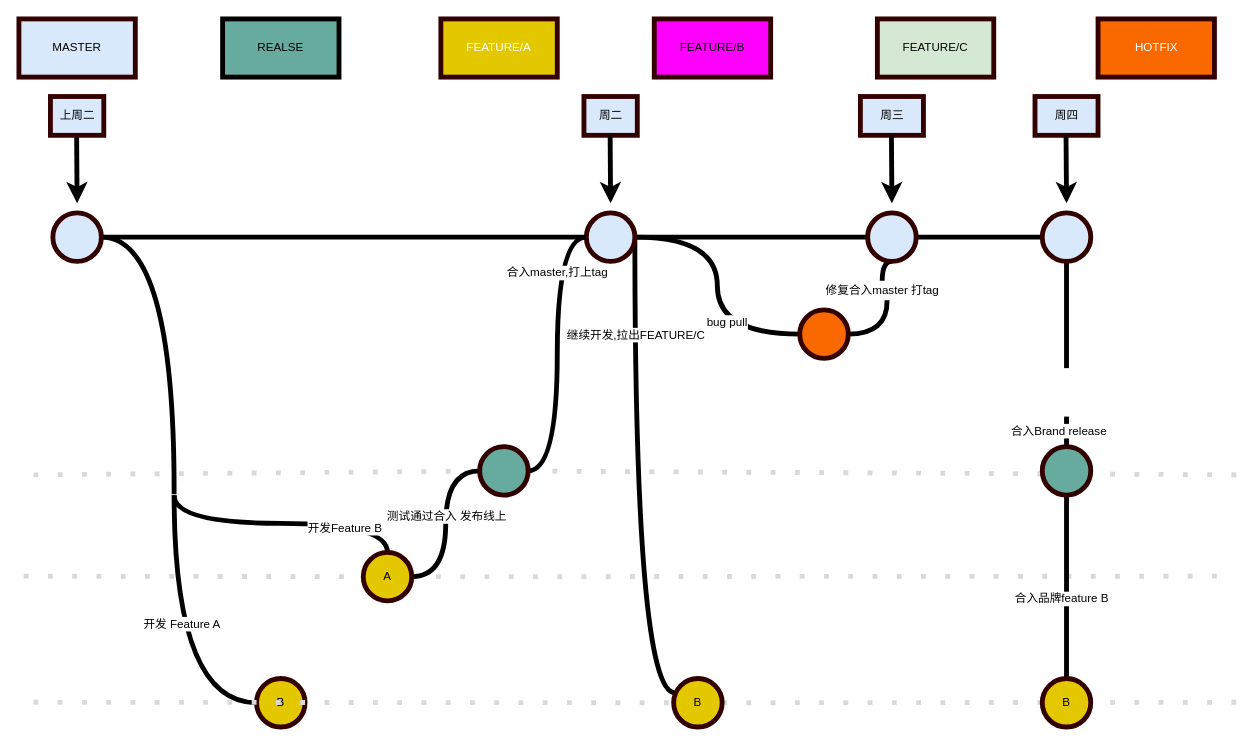
The draw.io diagram universal-engine/ad-git-flow.drawio in karlchan-cn/drawio-repository, before the edit. Source tidied: cells renumbered, new cells numbered last; positions are measured from the earlier drawing's top-left corner, leaving out a move shared by most shapes. Both pictures are drawn from the tidied source at 97%, with x=0, y=0 at pixel (18, 18).
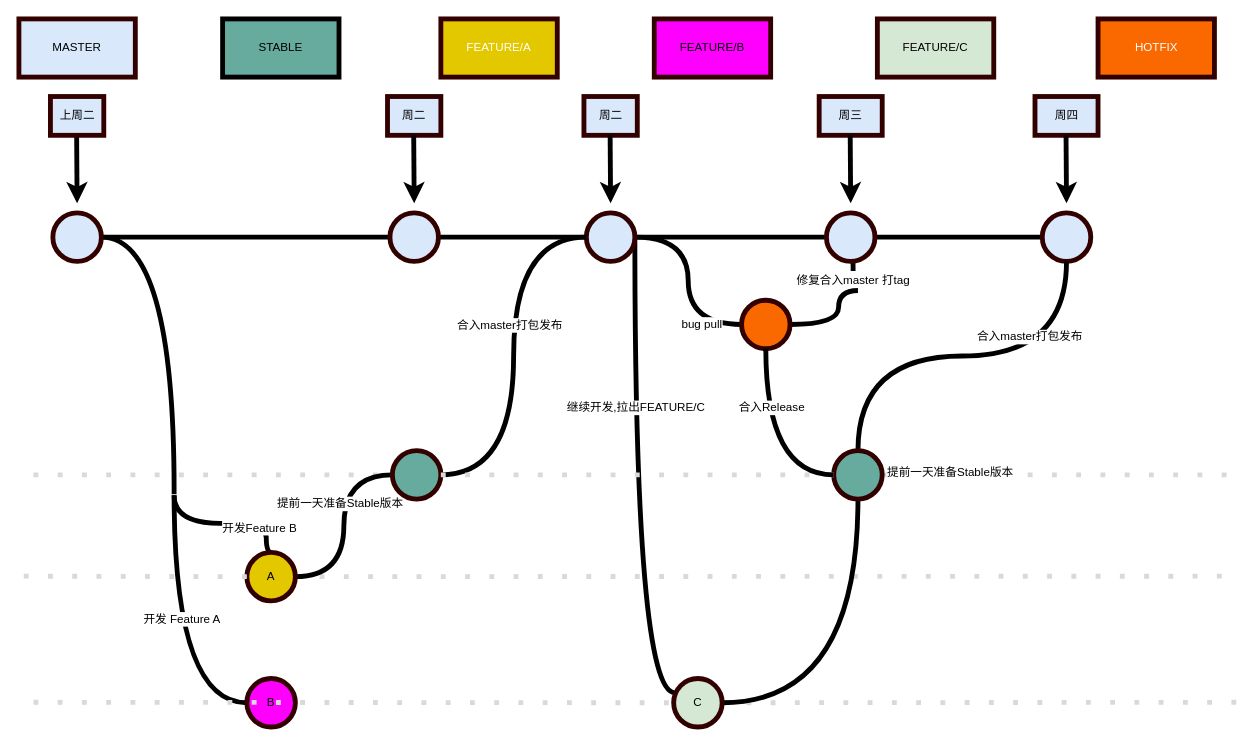
Above is the later version.

Unchanged cells that the change refers to:
```xml
<mxCell id="16" style="edgeStyle=orthogonalEdgeStyle;curved=1;rounded=0;jettySize=auto;html=1;entryX=0.02;entryY=0.29;entryDx=0;entryDy=0;entryPerimeter=0;endArrow=none;endFill=0;strokeWidth=5;" parent="1" edge="1" source="18" target="50">
  <mxGeometry relative="1" as="geometry">
    <Array as="points">
      <mxPoint x="635" y="695" />
    </Array>
  </mxGeometry>
</mxCell>
<mxCell id="27" style="edgeStyle=orthogonalEdgeStyle;curved=1;rounded=0;jettySize=auto;html=1;entryX=0;entryY=0.5;entryDx=0;entryDy=0;endArrow=none;endFill=0;strokeWidth=5;" parent="1" edge="1" source="45" target="44">
  <mxGeometry relative="1" as="geometry" />
</mxCell>
<mxCell id="32" style="ellipse;whiteSpace=wrap;html=1;strokeColor=#330000;fillColor=#DAE8FC;strokeWidth=5;" parent="1" vertex="1">
  <mxGeometry x="1055" y="200" width="50" height="50" as="geometry" />
</mxCell>
<mxCell id="42" style="edgeStyle=orthogonalEdgeStyle;curved=1;rounded=0;jettySize=auto;html=1;entryX=0;entryY=0.5;entryDx=0;entryDy=0;endArrow=none;endFill=0;strokeWidth=5;" parent="1" edge="1" source="44" target="18">
  <mxGeometry relative="1" as="geometry" />
</mxCell>
```

What changed in the source:
```diff
@@
-    <mxCell id="5" style="endArrow=none;dashed=1;html=1;strokeWidth=5;dashPattern=1 4;strokeColor=#D9D9D9;" parent="1" edge="1" source="44">
+    <mxCell id="5" style="endArrow=none;dashed=1;html=1;strokeWidth=5;dashPattern=1 4;strokeColor=#D9D9D9;startArrow=none;" parent="1" edge="1" source="40">
       <mxGeometry relative="1" as="geometry">
         <mxPoint x="1255" y="470" as="targetPoint" />
       </mxGeometry>
     </mxCell>
@@
-    <mxCell id="7" value="REALSE" style="rounded=0;whiteSpace=wrap;html=1;strokeWidth=5;fillColor=#67AB9F;" parent="1" vertex="1">
+    <mxCell id="7" value="STABLE" style="rounded=0;whiteSpace=wrap;html=1;strokeWidth=5;fillColor=#67AB9F;" parent="1" vertex="1">
       <mxGeometry x="210" width="120" height="60" as="geometry" />
     </mxCell>
@@
     <mxCell id="17" value="继续开发,拉出FEATURE/C" style="text;html=1;align=center;verticalAlign=middle;labelBackgroundColor=#ffffff;" parent="16" vertex="1">
       <mxGeometry x="-0.81" relative="1" as="geometry">
-        <mxPoint y="52" as="offset" />
+        <mxPoint y="127" as="offset" />
       </mxGeometry>
     </mxCell>
@@
     <mxCell id="20" style="edgeStyle=orthogonalEdgeStyle;rounded=0;jettySize=auto;html=1;entryX=0.5;entryY=0;entryDx=0;entryDy=0;curved=1;endArrow=none;endFill=0;strokeWidth=5;" parent="1" edge="1" target="45">
       <mxGeometry relative="1" as="geometry">
         <mxPoint x="160" y="491" as="sourcePoint" />
         <Array as="points">
           <mxPoint x="160" y="520" />
-          <mxPoint x="380" y="520" />
+          <mxPoint x="255" y="520" />
+          <mxPoint x="255" y="550" />
         </Array>
       </mxGeometry>
     </mxCell>
@@
-    <mxCell id="28" value="测试通过合入 发布线上" style="text;html=1;align=center;verticalAlign=middle;labelBackgroundColor=#ffffff;" parent="27" vertex="1">
-      <mxGeometry x="0.09" relative="1" as="geometry" />
+    <mxCell id="28" value="提前一天准备Stable版本" style="text;html=1;align=center;verticalAlign=middle;labelBackgroundColor=#ffffff;" parent="27" vertex="1">
+      <mxGeometry x="0.09" relative="1" as="geometry">
+        <mxPoint x="-5" y="-14" as="offset" />
+      </mxGeometry>
     </mxCell>
@@
-    <mxCell id="30" value="B" style="ellipse;whiteSpace=wrap;html=1;strokeColor=#330000;fillColor=#E3C800;strokeWidth=5;" parent="1" vertex="1">
-      <mxGeometry x="245" y="680" width="50" height="50" as="geometry" />
+    <mxCell id="30" value="B" style="ellipse;whiteSpace=wrap;html=1;strokeColor=#330000;strokeWidth=5;fillColor=#FF00FF;" parent="1" vertex="1">
+      <mxGeometry x="235" y="680" width="50" height="50" as="geometry" />
     </mxCell>
-    <mxCell id="31" style="edgeStyle=orthogonalEdgeStyle;rounded=0;jettySize=auto;html=1;exitX=0.5;exitY=1;exitDx=0;exitDy=0;endArrow=none;endFill=0;strokeWidth=5;" parent="1" edge="1" source="32">
-      <mxGeometry relative="1" as="geometry">
-        <mxPoint x="1080" y="360" as="targetPoint" />
-      </mxGeometry>
-    </mxCell>
@@
     <mxCell id="36" value="修复合入master 打tag" style="text;html=1;align=center;verticalAlign=middle;points=[];" parent="1" vertex="1">
-      <mxGeometry x="825" y="270" width="130" height="20" as="geometry" />
+      <mxGeometry x="795" y="260" width="130" height="20" as="geometry" />
     </mxCell>
     <mxCell id="37" style="edgeStyle=orthogonalEdgeStyle;curved=1;rounded=0;jettySize=auto;html=1;endArrow=none;endFill=0;strokeWidth=5;" parent="1" edge="1" source="49">
       <mxGeometry relative="1" as="geometry">
-        <mxPoint x="895" y="290" as="targetPoint" />
+        <mxPoint x="865" y="280" as="targetPoint" />
+        <Array as="points">
+          <mxPoint x="845" y="315" />
+          <mxPoint x="845" y="280" />
+        </Array>
       </mxGeometry>
     </mxCell>
-    <mxCell id="38" style="edgeStyle=orthogonalEdgeStyle;rounded=0;jettySize=auto;html=1;exitX=0.5;exitY=1;exitDx=0;exitDy=0;entryX=0.5;entryY=0;entryDx=0;entryDy=0;endArrow=none;endFill=0;strokeWidth=5;" parent="1" edge="1" target="40">
-      <mxGeometry relative="1" as="geometry">
-        <mxPoint x="1080" y="410" as="sourcePoint" />
-      </mxGeometry>
+    <mxCell id="38" style="edgeStyle=orthogonalEdgeStyle;rounded=0;jettySize=auto;html=1;exitX=0.5;exitY=1;exitDx=0;exitDy=0;entryX=0.5;entryY=0;entryDx=0;entryDy=0;endArrow=none;endFill=0;strokeWidth=5;curved=1;" parent="1" edge="1" source="32" target="40">
+      <mxGeometry relative="1" as="geometry" />
     </mxCell>
-    <mxCell id="39" style="edgeStyle=orthogonalEdgeStyle;rounded=0;jettySize=auto;html=1;endArrow=none;endFill=0;strokeWidth=5;" parent="1" edge="1" source="40" target="41">
+    <mxCell id="39" style="edgeStyle=orthogonalEdgeStyle;rounded=0;jettySize=auto;html=1;endArrow=none;endFill=0;strokeWidth=5;exitX=0.5;exitY=1;exitDx=0;exitDy=0;entryX=1;entryY=0.5;entryDx=0;entryDy=0;curved=1;" parent="1" edge="1" source="40" target="50">
       <mxGeometry relative="1" as="geometry" />
     </mxCell>
-    <mxCell id="40" style="ellipse;whiteSpace=wrap;html=1;strokeColor=#330000;fillColor=#67AB9F;strokeWidth=5;" parent="1" vertex="1">
-      <mxGeometry x="1055" y="441" width="50" height="50" as="geometry" />
-    </mxCell>
-    <mxCell id="41" value="B" style="ellipse;whiteSpace=wrap;html=1;strokeColor=#330000;fillColor=#E3C800;strokeWidth=5;" parent="1" vertex="1">
-      <mxGeometry x="1055" y="680" width="50" height="50" as="geometry" />
-    </mxCell>
@@
-    <mxCell id="43" value="合入master,打上tag" style="text;html=1;align=center;verticalAlign=middle;labelBackgroundColor=#ffffff;" parent="42" vertex="1">
+    <mxCell id="43" value="合入master打包发布" style="text;html=1;align=center;verticalAlign=middle;labelBackgroundColor=#ffffff;" parent="42" vertex="1">
       <mxGeometry x="-0.08" y="1" relative="1" as="geometry">
-        <mxPoint y="-97" as="offset" />
+        <mxPoint x="-4" y="-48" as="offset" />
       </mxGeometry>
     </mxCell>
     <mxCell id="44" style="ellipse;whiteSpace=wrap;html=1;strokeColor=#330000;fillColor=#67AB9F;strokeWidth=5;" parent="1" vertex="1">
-      <mxGeometry x="475" y="441" width="50" height="50" as="geometry" />
+      <mxGeometry x="385" y="445" width="50" height="50" as="geometry" />
     </mxCell>
     <mxCell id="45" value="A" style="ellipse;whiteSpace=wrap;html=1;strokeColor=#330000;fillColor=#E3C800;strokeWidth=5;" parent="1" vertex="1">
-      <mxGeometry x="355" y="550" width="50" height="50" as="geometry" />
+      <mxGeometry x="235" y="550" width="50" height="50" as="geometry" />
     </mxCell>
@@
-    <mxCell id="47" value="合入Brand release" style="text;html=1;align=center;verticalAlign=middle;labelBackgroundColor=#ffffff;" parent="1" vertex="1">
-      <mxGeometry x="1080" y="430" as="geometry">
-        <mxPoint x="-9" y="-6" as="offset" />
-      </mxGeometry>
-    </mxCell>
-    <mxCell id="48" value="合入品牌feature B" style="text;html=1;align=center;verticalAlign=middle;labelBackgroundColor=#ffffff;" parent="1" vertex="1">
-      <mxGeometry x="1080" y="600" as="geometry">
+    <mxCell id="48" value="提前一天准备Stable版本" style="text;html=1;align=center;verticalAlign=middle;labelBackgroundColor=#ffffff;" parent="1" vertex="1">
+      <mxGeometry x="965" y="470" as="geometry">
         <mxPoint x="-6" y="-3" as="offset" />
       </mxGeometry>
     </mxCell>
     <mxCell id="49" style="ellipse;whiteSpace=wrap;html=1;strokeColor=#330000;fillColor=#FA6800;strokeWidth=5;" parent="1" vertex="1">
-      <mxGeometry x="805" y="300" width="50" height="50" as="geometry" />
+      <mxGeometry x="745" y="290" width="50" height="50" as="geometry" />
     </mxCell>
-    <mxCell id="50" value="B" style="ellipse;whiteSpace=wrap;html=1;strokeColor=#330000;fillColor=#E3C800;strokeWidth=5;" parent="1" vertex="1">
+    <mxCell id="50" value="C" style="ellipse;whiteSpace=wrap;html=1;strokeColor=#330000;strokeWidth=5;fillColor=#D5E8D4;" parent="1" vertex="1">
       <mxGeometry x="675" y="680" width="50" height="50" as="geometry" />
     </mxCell>
@@
     <mxCell id="53" style="ellipse;whiteSpace=wrap;html=1;strokeColor=#330000;fillColor=#DAE8FC;strokeWidth=5;" parent="1" vertex="1">
-      <mxGeometry x="875" y="200" width="50" height="50" as="geometry" />
+      <mxGeometry x="832.5" y="200" width="50" height="50" as="geometry" />
     </mxCell>
     <mxCell id="54" value="周三" style="rounded=0;whiteSpace=wrap;html=1;strokeWidth=5;fillColor=#dae8fc;strokeColor=#330000;" parent="1" vertex="1">
-      <mxGeometry x="867.5" y="80" width="65" height="40" as="geometry" />
+      <mxGeometry x="825" y="80" width="65" height="40" as="geometry" />
     </mxCell>
     <mxCell id="55" style="endArrow=classic;html=1;strokeWidth=5;" parent="1" edge="1">
       <mxGeometry relative="1" as="geometry">
-        <mxPoint x="899.5" y="120" as="sourcePoint" />
-        <mxPoint x="900" y="190" as="targetPoint" />
+        <mxPoint x="857" y="120" as="sourcePoint" />
+        <mxPoint x="857.5" y="190" as="targetPoint" />
       </mxGeometry>
     </mxCell>
+    <mxCell id="56" value="合入master打包发布" style="text;html=1;align=center;verticalAlign=middle;labelBackgroundColor=#ffffff;" parent="1" vertex="1">
+      <mxGeometry x="1047.5" y="330" as="geometry">
+        <mxPoint x="-6" y="-3" as="offset" />
+      </mxGeometry>
+    </mxCell>
+    <mxCell id="40" style="ellipse;whiteSpace=wrap;html=1;strokeColor=#330000;fillColor=#67AB9F;strokeWidth=5;" parent="1" vertex="1">
+      <mxGeometry x="840" y="445" width="50" height="50" as="geometry" />
+    </mxCell>
+    <mxCell id="57" style="endArrow=none;dashed=1;html=1;strokeWidth=5;dashPattern=1 4;strokeColor=#D9D9D9;" parent="1" edge="1" source="44" target="40">
+      <mxGeometry relative="1" as="geometry" />
+    </mxCell>
+    <mxCell id="58" style="ellipse;whiteSpace=wrap;html=1;strokeColor=#330000;fillColor=#DAE8FC;strokeWidth=5;" parent="1" vertex="1">
+      <mxGeometry x="382.5" y="200" width="50" height="50" as="geometry" />
+    </mxCell>
+    <mxCell id="59" value="周二" style="rounded=0;whiteSpace=wrap;html=1;strokeWidth=5;fillColor=#dae8fc;strokeColor=#330000;" parent="1" vertex="1">
+      <mxGeometry x="380" y="80" width="55" height="40" as="geometry" />
+    </mxCell>
+    <mxCell id="60" style="endArrow=classic;html=1;strokeWidth=5;" parent="1" edge="1">
+      <mxGeometry relative="1" as="geometry">
+        <mxPoint x="407" y="120" as="sourcePoint" />
+        <mxPoint x="407.5" y="190" as="targetPoint" />
+      </mxGeometry>
+    </mxCell>
+    <mxCell id="61" style="edgeStyle=orthogonalEdgeStyle;curved=1;rounded=0;jettySize=auto;html=1;endArrow=none;endFill=0;strokeWidth=5;exitX=0.5;exitY=1;exitDx=0;exitDy=0;entryX=0;entryY=0.5;entryDx=0;entryDy=0;" parent="1" edge="1" source="49" target="40">
+      <mxGeometry relative="1" as="geometry" />
+    </mxCell>
+    <mxCell id="62" value="合入Release" style="text;html=1;align=center;verticalAlign=middle;labelBackgroundColor=#ffffff;" parent="61" vertex="1">
+      <mxGeometry x="0.44" y="13" relative="1" as="geometry">
+        <mxPoint x="-9" y="-57" as="offset" />
+      </mxGeometry>
+    </mxCell>
```
